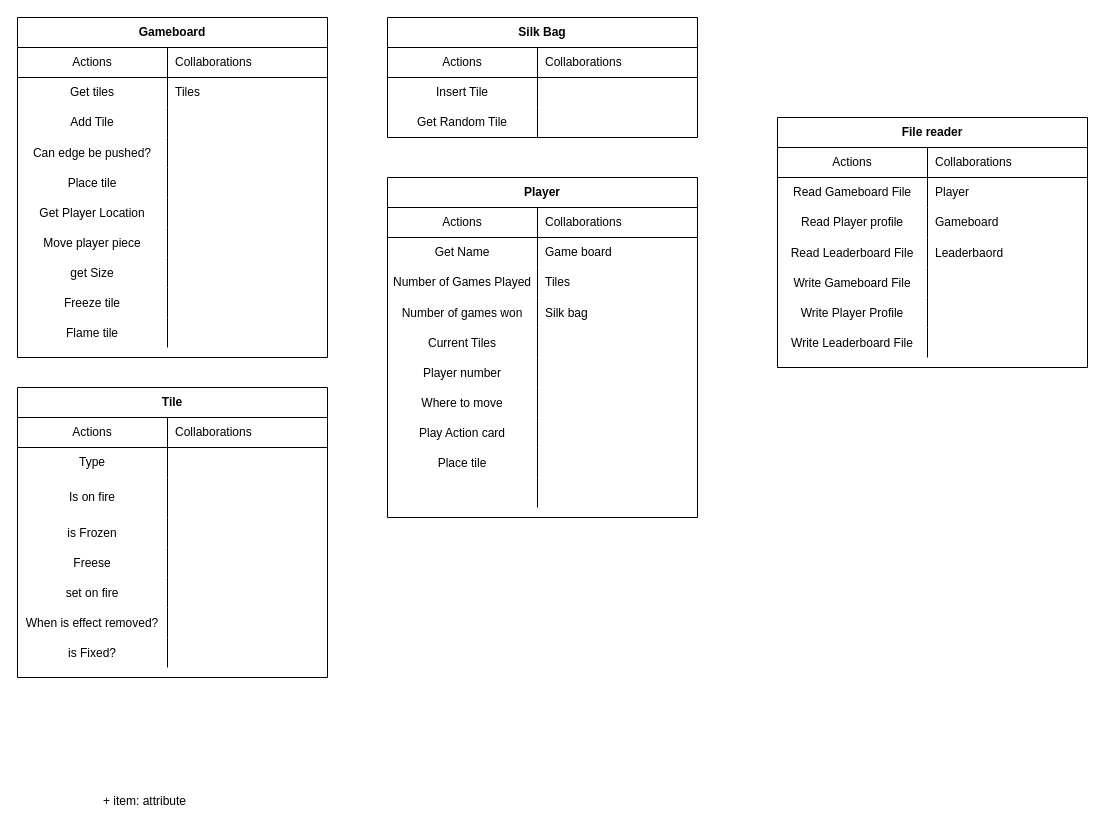
Earlier version of the draw.io diagram A1 Specification/CRC/CRCcards.drawio (paperclipstudio/Group14). Source tidied: cells renumbered, new cells numbered last; positions are measured from the earlier drawing's top-left corner, leaving out a move shared by most shapes. Both pictures are drawn from the tidied source at 100%, with x=0, y=0 at pixel (17, 17).
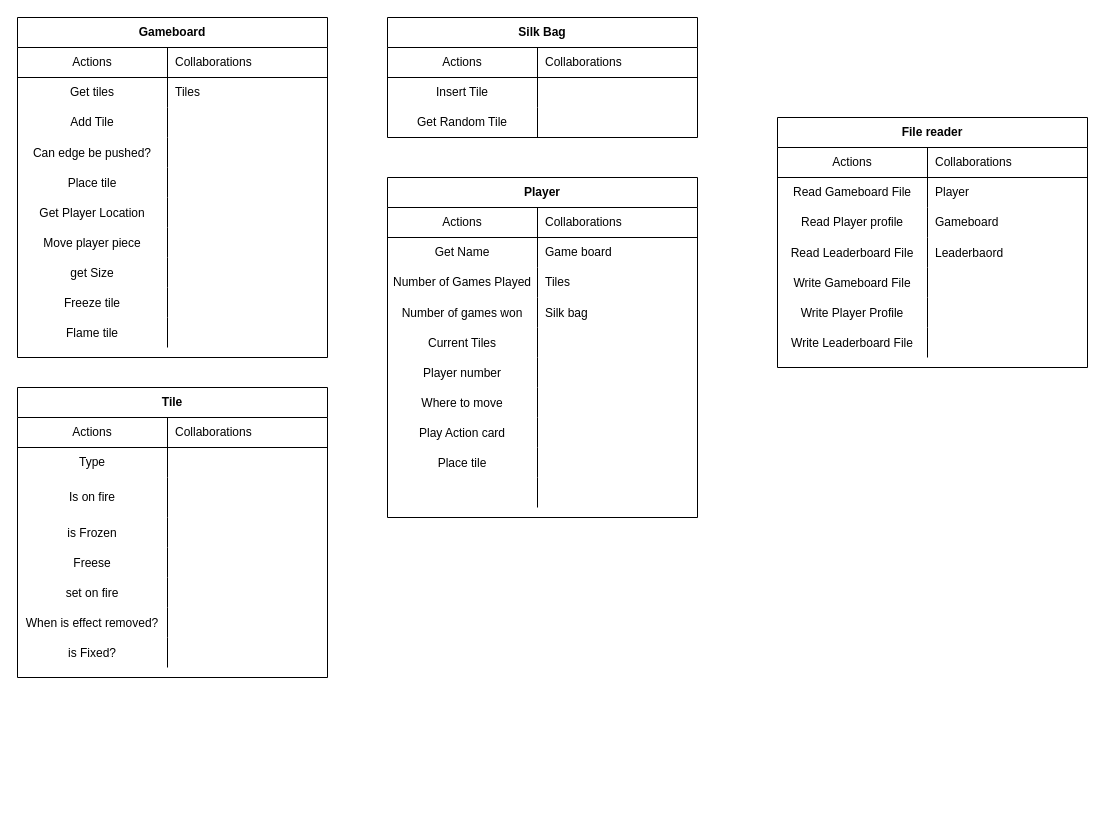
Above is the later version.

Diff of the diagram source:
```diff
@@
-    <mxCell id="65" value="+ item: attribute" style="text;strokeColor=none;fillColor=none;align=left;verticalAlign=top;spacingLeft=4;spacingRight=4;overflow=hidden;" parent="1" vertex="1">
-      <mxGeometry x="80" y="770" width="100" height="26" as="geometry" />
-    </mxCell>
```
